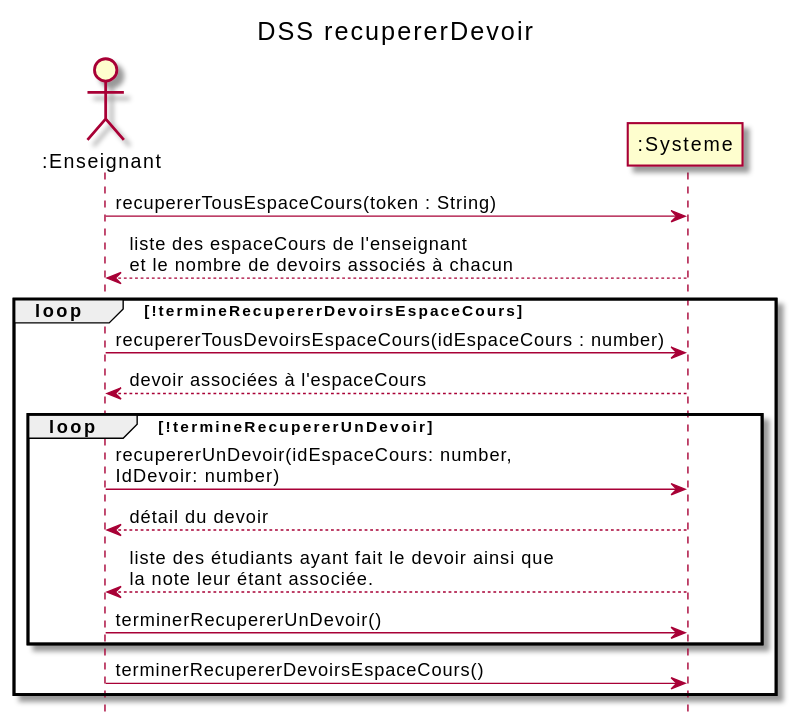
Above: out/docs/Récupérer devoir/DSS_RecupererDevoir/DSS_RecupererDevoir.svg in nerdz88/SGA-TS (PlantUML), before the change. Source of this version:
```plantuml
@startuml
title DSS recupererDevoir
hide footbox
actor ":Enseignant" as professeur
participant ":Systeme" as systeme

professeur ->  systeme : recupererTousEspaceCours(token : String)
professeur <-- systeme : liste des espaceCours de l'enseignant\net le nombre de devoirs associés à chacun
loop !termineRecupererDevoirsEspaceCours
professeur -> systeme : recupererTousDevoirsEspaceCours(idEspaceCours : number)
professeur <-- systeme : devoir associées à l'espaceCours
loop !termineRecupererUnDevoir
professeur -> systeme : recupererUnDevoir(idEspaceCours: number,\nIdDevoir: number)
professeur <-- systeme : détail du devoir
professeur <-- systeme : liste des étudiants ayant fait le devoir ainsi que\nla note leur étant associée.
professeur -> systeme : terminerRecupererUnDevoir()
end
professeur -> systeme : terminerRecupererDevoirsEspaceCours()
end
@enduml
```
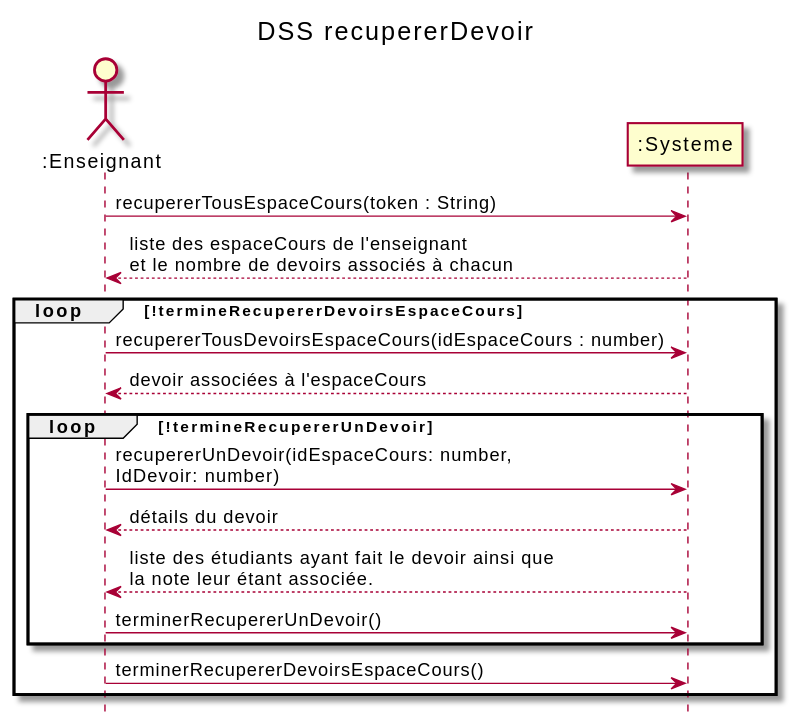
Above is the later version.

Diff of the diagram source:
```diff
@@ -11,7 +11,7 @@
 professeur <-- systeme : devoir associées à l'espaceCours
 loop !termineRecupererUnDevoir
 professeur -> systeme : recupererUnDevoir(idEspaceCours: number,\nIdDevoir: number)
-professeur <-- systeme : détail du devoir
+professeur <-- systeme : détails du devoir
 professeur <-- systeme : liste des étudiants ayant fait le devoir ainsi que\nla note leur étant associée.
 professeur -> systeme : terminerRecupererUnDevoir()
 end
```
